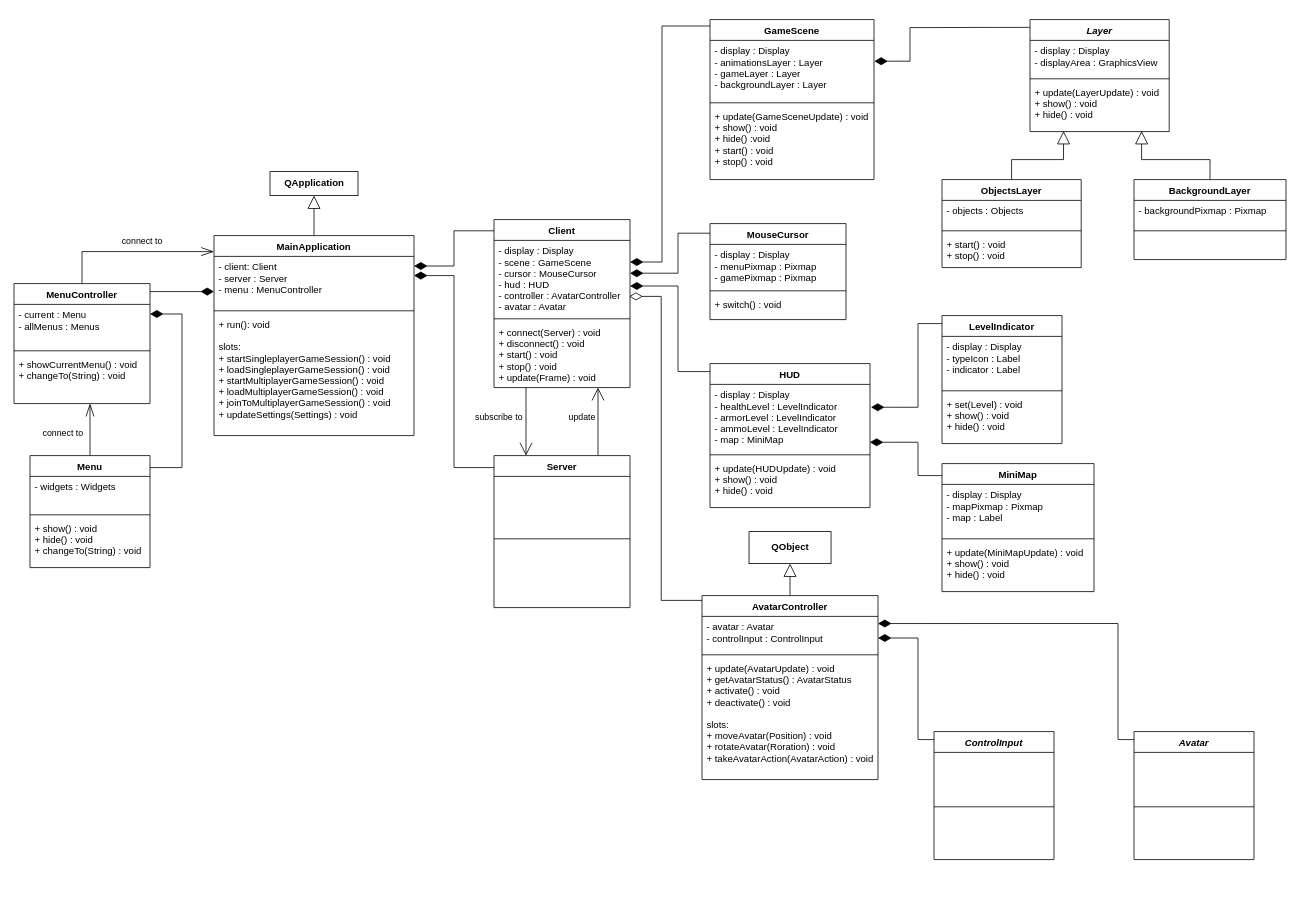
This is doc/class_diagram.drawio from TadekBiela/heisttown, a draw.io file, before an edit. Source tidied: cells renumbered, new cells numbered last; positions are measured from the earlier drawing's top-left corner, leaving out a move shared by most shapes. Both pictures are drawn from the tidied source at 80%, with x=0, y=0 at pixel (14, 19).
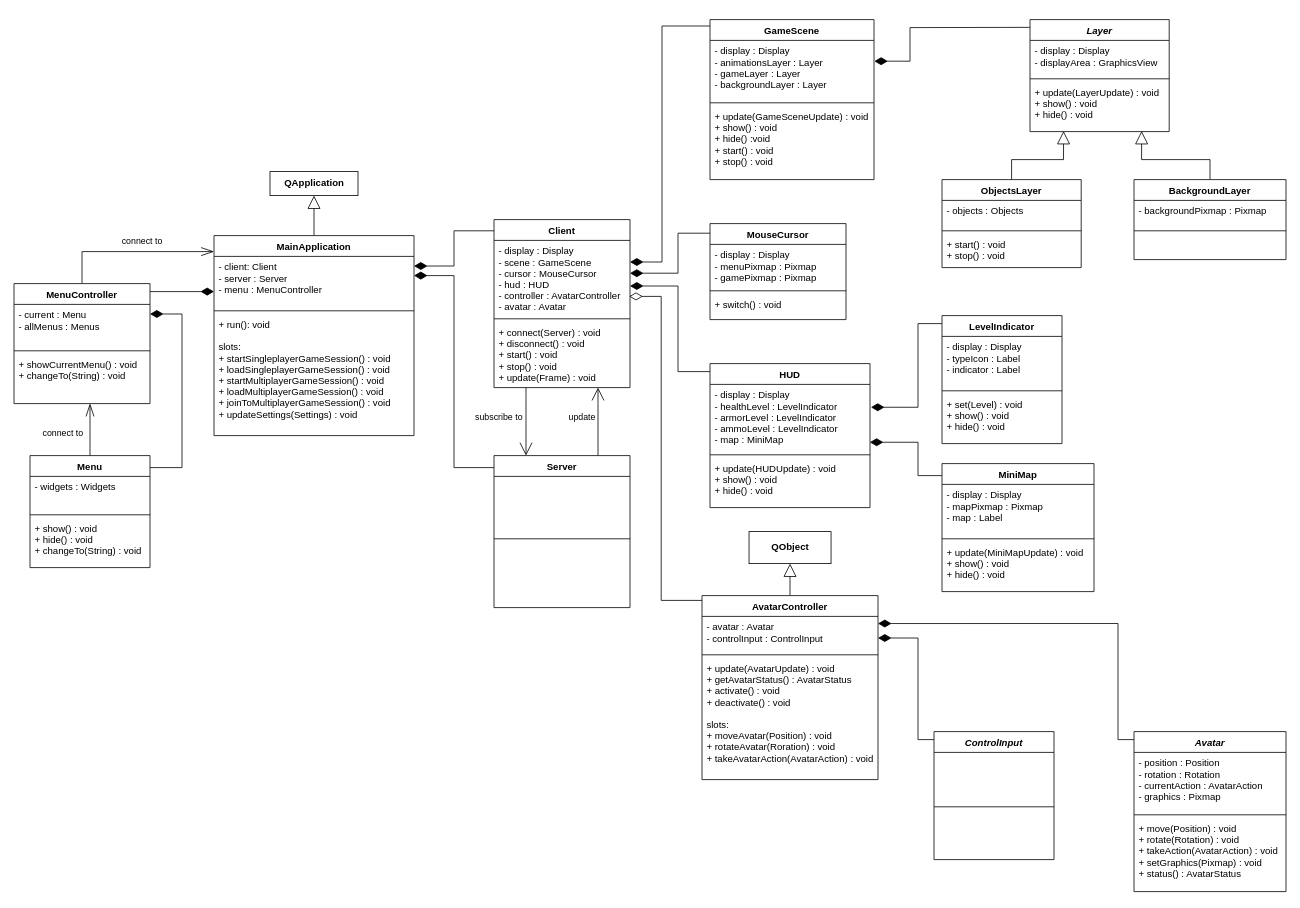
The same page after the edit.

Commit message:
Added Avatar class

Diff of the diagram source:
```diff
@@
     <mxCell id="87" value="Avatar" style="swimlane;fontStyle=3;align=center;verticalAlign=top;horizontal=1;startSize=26;" parent="1" vertex="1">
-      <mxGeometry x="1400" y="890" width="150" height="160" as="geometry" />
+      <mxGeometry x="1400" y="890" width="190" height="200" as="geometry" />
     </mxCell>
-    <mxCell id="88" value=" " style="text;strokeColor=none;fillColor=none;align=left;verticalAlign=top;spacingLeft=4;spacingRight=4;overflow=hidden;" parent="87" vertex="1">
-      <mxGeometry y="26" width="150" height="64" as="geometry" />
+    <mxCell id="88" value="- position : Position&#10;- rotation : Rotation&#10;- currentAction : AvatarAction&#10;- graphics : Pixmap" style="text;strokeColor=none;fillColor=none;align=left;verticalAlign=top;spacingLeft=4;spacingRight=4;overflow=hidden;" parent="87" vertex="1">
+      <mxGeometry y="26" width="190" height="74" as="geometry" />
     </mxCell>
     <mxCell id="89" style="line;strokeWidth=1;fillColor=none;align=left;verticalAlign=middle;spacingTop=-1;spacingLeft=3;spacingRight=3;labelPosition=right;" parent="87" vertex="1">
-      <mxGeometry y="90" width="150" height="8" as="geometry" />
+      <mxGeometry y="100" width="190" height="8" as="geometry" />
     </mxCell>
-    <mxCell id="90" value=" " style="text;strokeColor=none;fillColor=none;align=left;verticalAlign=top;spacingLeft=4;spacingRight=4;overflow=hidden;" parent="87" vertex="1">
-      <mxGeometry y="98" width="150" height="62" as="geometry" />
+    <mxCell id="90" value="+ move(Position) : void&#10;+ rotate(Rotation) : void&#10;+ takeAction(AvatarAction) : void&#10;+ setGraphics(Pixmap) : void&#10;+ status() : AvatarStatus" style="text;strokeColor=none;fillColor=none;align=left;verticalAlign=top;spacingLeft=4;spacingRight=4;overflow=hidden;" parent="87" vertex="1">
+      <mxGeometry y="108" width="190" height="92" as="geometry" />
     </mxCell>
```
